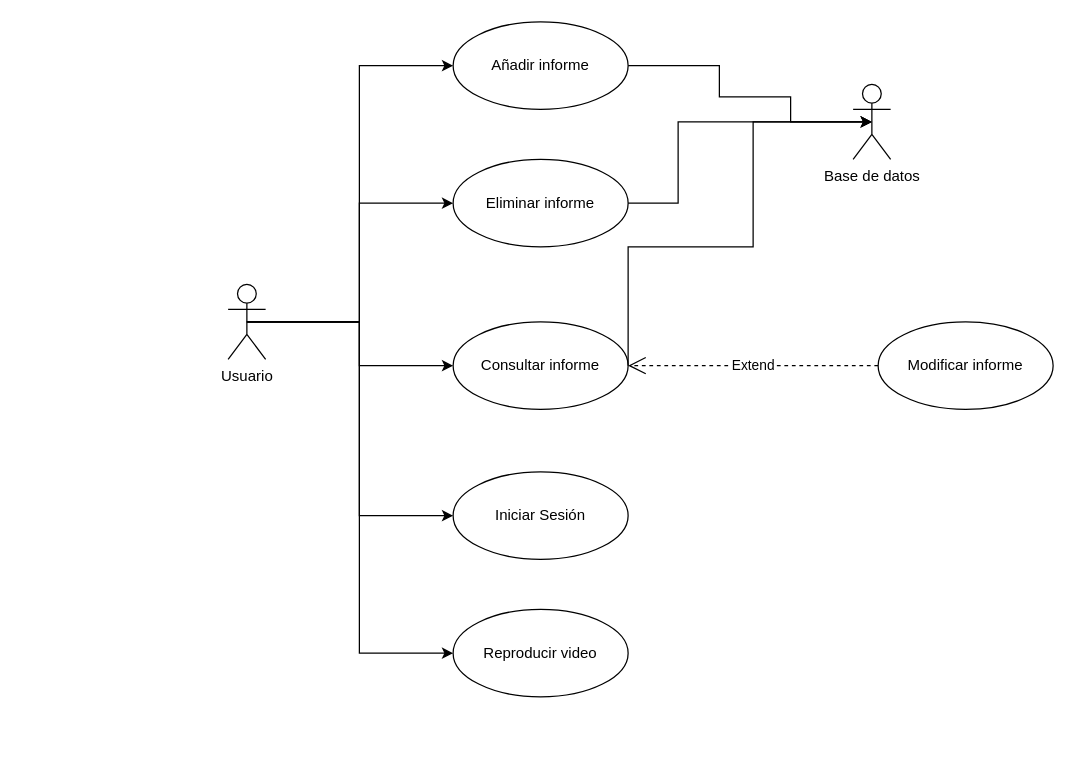
This is usos_modificado.drawio from ab-max-h/planta_agua, a draw.io file, before an edit. Source tidied: cells renumbered, new cells numbered last; positions are measured from the earlier drawing's top-left corner, leaving out a move shared by most shapes. Both pictures are drawn from the tidied source at 125%, with x=0, y=0 at pixel (228, 21).
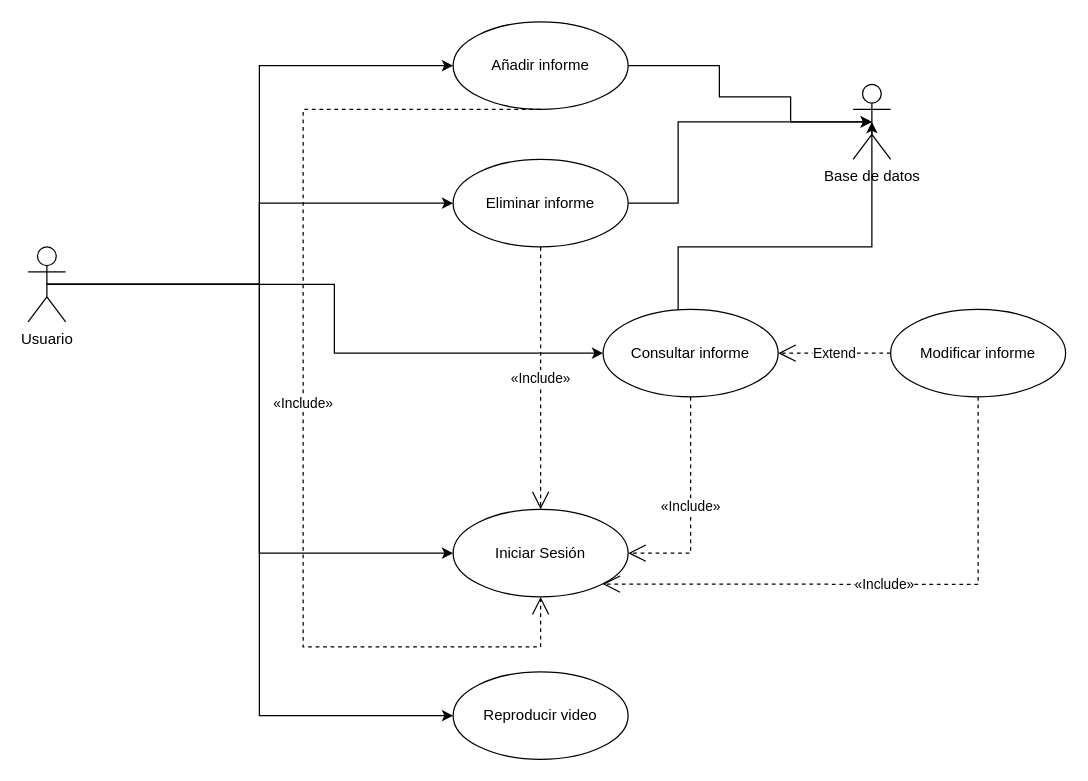
After the change.

Commit message:
Añadiendo 'includes' a los casos de uso

The change refers to these unchanged cells:
```xml
<mxCell id="8" value="Eliminar informe" style="ellipse;whiteSpace=wrap;html=1;" parent="1" vertex="1">
  <mxGeometry x="180" y="110" width="140" height="70" as="geometry" />
</mxCell>
<mxCell id="10" value="Añadir informe" style="ellipse;whiteSpace=wrap;html=1;" parent="1" vertex="1">
  <mxGeometry x="180" width="140" height="70" as="geometry" />
</mxCell>
<mxCell id="14" value="Base de datos&lt;div&gt;&lt;br&gt;&lt;/div&gt;" style="shape=umlActor;verticalLabelPosition=bottom;verticalAlign=top;html=1;outlineConnect=0;" parent="1" vertex="1">
  <mxGeometry x="500" y="50" width="30" height="60" as="geometry" />
</mxCell>
```

Diff of the diagram source:
```diff
@@
     <mxCell id="7" value="Usuario&lt;div&gt;&lt;br&gt;&lt;/div&gt;" style="shape=umlActor;verticalLabelPosition=bottom;verticalAlign=top;html=1;outlineConnect=0;" parent="1" vertex="1">
-      <mxGeometry y="210" width="30" height="60" as="geometry" />
+      <mxGeometry x="-160" y="180" width="30" height="60" as="geometry" />
     </mxCell>
@@
     <mxCell id="11" value="Consultar informe" style="ellipse;whiteSpace=wrap;html=1;" parent="1" vertex="1">
-      <mxGeometry x="180" y="240" width="140" height="70" as="geometry" />
+      <mxGeometry x="300" y="230" width="140" height="70" as="geometry" />
     </mxCell>
     <mxCell id="12" value="Modificar informe" style="ellipse;whiteSpace=wrap;html=1;" parent="1" vertex="1">
-      <mxGeometry x="520" y="240" width="140" height="70" as="geometry" />
+      <mxGeometry x="530" y="230" width="140" height="70" as="geometry" />
     </mxCell>
@@
-    <mxCell id="16" style="edgeStyle=orthogonalEdgeStyle;rounded=0;jettySize=auto;html=1;exitX=1;exitY=0.5;exitDx=0;exitDy=0;entryX=0.5;entryY=0.5;entryDx=0;entryDy=0;entryPerimeter=0;" parent="1" edge="1" source="11" target="14">
-      <mxGeometry relative="1" as="geometry">
-        <Array as="points">
-          <mxPoint x="320" y="180" />
-          <mxPoint x="420" y="180" />
-          <mxPoint x="420" y="80" />
-        </Array>
-      </mxGeometry>
-    </mxCell>
     <mxCell id="17" value="Iniciar Sesión" style="ellipse;whiteSpace=wrap;html=1;" parent="1" vertex="1">
-      <mxGeometry x="180" y="360" width="140" height="70" as="geometry" />
+      <mxGeometry x="180" y="390" width="140" height="70" as="geometry" />
     </mxCell>
     <mxCell id="18" value="Reproducir video" style="ellipse;whiteSpace=wrap;html=1;" parent="1" vertex="1">
-      <mxGeometry x="180" y="470" width="140" height="70" as="geometry" />
+      <mxGeometry x="180" y="520" width="140" height="70" as="geometry" />
     </mxCell>
+    <mxCell id="19" value="&lt;div&gt;«Include»&lt;/div&gt;" style="endArrow=open;endSize=12;dashed=1;html=1;rounded=0;exitX=0.5;exitY=1;exitDx=0;exitDy=0;entryX=1;entryY=0.5;entryDx=0;entryDy=0;" parent="1" edge="1" source="11" target="17">
+      <mxGeometry relative="1" as="geometry">
+        <Array as="points">
+          <mxPoint x="370" y="425" />
+        </Array>
+      </mxGeometry>
+    </mxCell>
+    <mxCell id="20" value="&lt;div&gt;«Include»&lt;/div&gt;" style="endArrow=open;endSize=12;dashed=1;html=1;rounded=0;" parent="1" edge="1" source="8" target="17">
+      <mxGeometry relative="1" as="geometry" />
+    </mxCell>
+    <mxCell id="16" style="edgeStyle=orthogonalEdgeStyle;rounded=0;jettySize=auto;html=1;entryX=0.5;entryY=0.5;entryDx=0;entryDy=0;entryPerimeter=0;" parent="1" edge="1" source="11" target="14">
+      <mxGeometry relative="1" as="geometry">
+        <Array as="points">
+          <mxPoint x="360" y="180" />
+          <mxPoint x="515" y="180" />
+        </Array>
+      </mxGeometry>
+    </mxCell>
+    <mxCell id="21" value="&lt;div&gt;«Include»&lt;/div&gt;" style="endArrow=open;endSize=12;dashed=1;html=1;rounded=0;exitX=0.5;exitY=1;exitDx=0;exitDy=0;" parent="1" edge="1" source="10" target="17">
+      <mxGeometry relative="1" as="geometry">
+        <Array as="points">
+          <mxPoint x="60" y="70" />
+          <mxPoint x="60" y="440" />
+          <mxPoint x="60" y="500" />
+          <mxPoint x="250" y="500" />
+        </Array>
+      </mxGeometry>
+    </mxCell>
+    <mxCell id="22" value="&lt;div&gt;«Include»&lt;/div&gt;" style="endArrow=open;endSize=12;dashed=1;html=1;rounded=0;exitX=0.5;exitY=1;exitDx=0;exitDy=0;entryX=1;entryY=1;entryDx=0;entryDy=0;" parent="1" edge="1" source="12" target="17">
+      <mxGeometry relative="1" as="geometry">
+        <Array as="points">
+          <mxPoint x="600" y="450" />
+        </Array>
+      </mxGeometry>
+    </mxCell>
```
